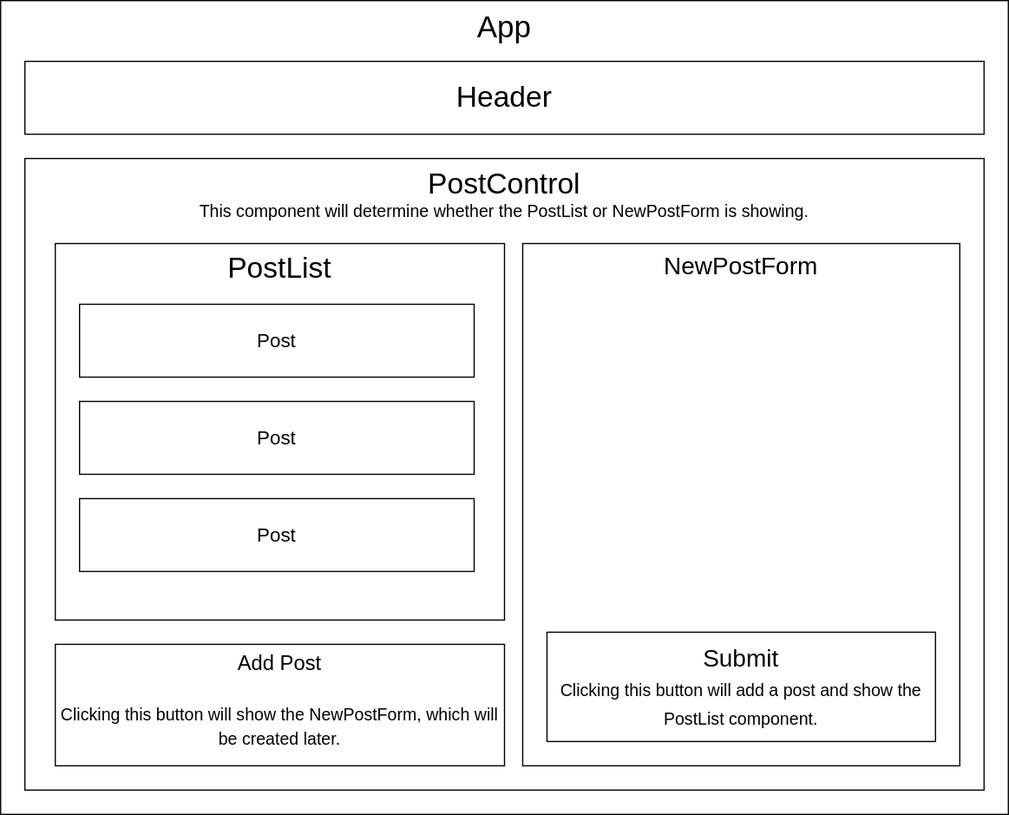
Before: Forum_Diagram.drawio.svg, a diagram exported from draw.io (besure94/discussion-forum). Source tidied: cells renumbered, new cells last; positions are measured from the earlier drawing's top-left corner, leaving out a move shared by most shapes.
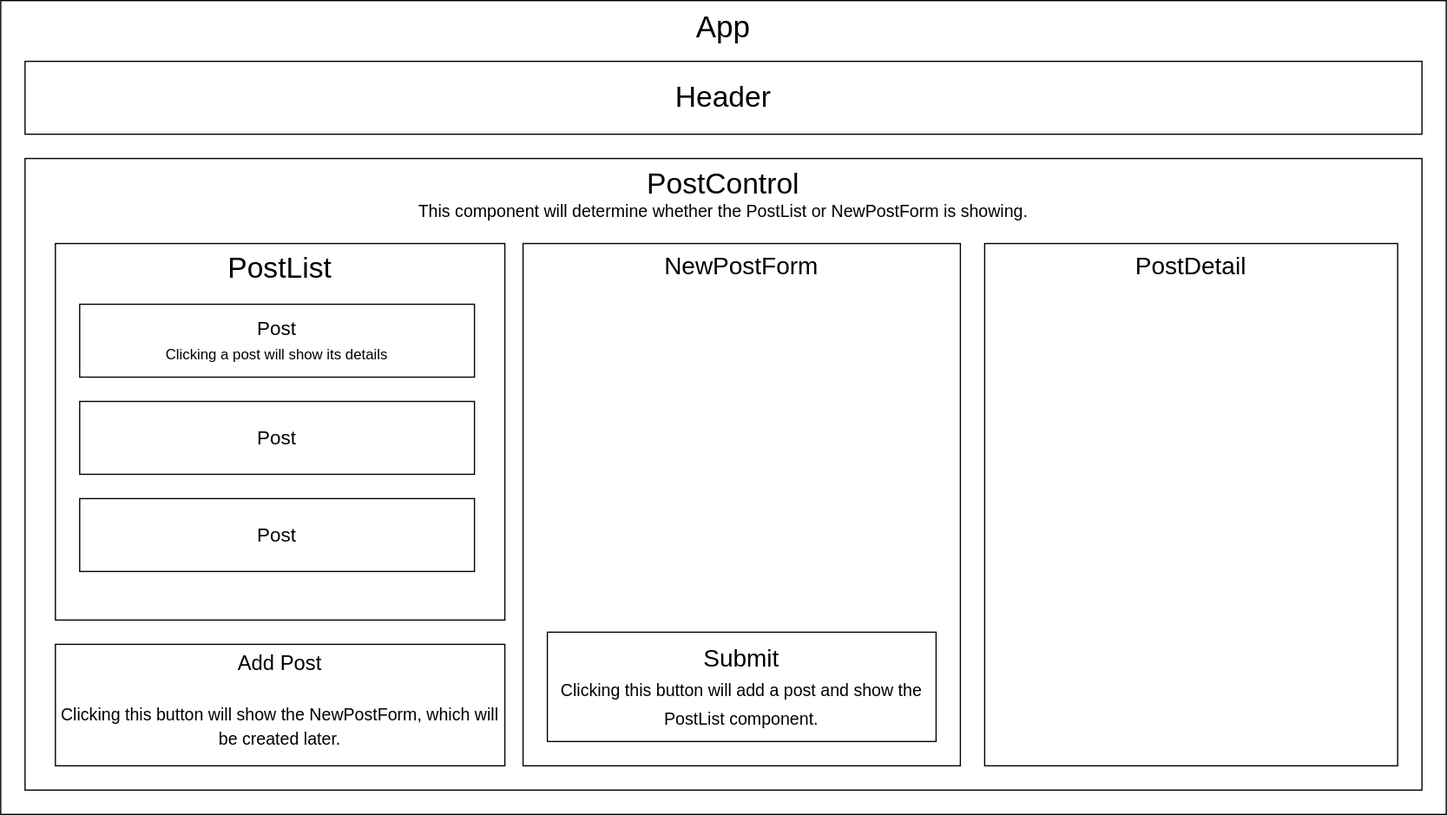
The same file after the commit.

Commit message:
Update diagram to include PostDetail component.

What changed in the source:
```diff
@@ -3,16 +3,16 @@
     <mxCell id="0" />
     <mxCell id="1" parent="0" />
     <mxCell id="2" value="&lt;font style=&quot;font-size: 25px;&quot;&gt;App&lt;/font&gt;" style="rounded=0;whiteSpace=wrap;html=1;verticalAlign=top;" parent="1" vertex="1">
-      <mxGeometry width="830" height="670" as="geometry" />
+      <mxGeometry width="1190" height="670" as="geometry" />
     </mxCell>
     <mxCell id="3" value="&lt;font style=&quot;font-size: 24px;&quot;&gt;Header&lt;/font&gt;" style="rounded=0;whiteSpace=wrap;html=1;" parent="1" vertex="1">
-      <mxGeometry x="20" y="50" width="790" height="60" as="geometry" />
+      <mxGeometry x="20" y="50" width="1150" height="60" as="geometry" />
     </mxCell>
     <mxCell id="4" value="Post&lt;br&gt;&lt;br&gt;&lt;font style=&quot;font-size: 14px;&quot;&gt;Click on a post to view details.&lt;/font&gt;" style="rounded=0;whiteSpace=wrap;html=1;fontSize=16;" parent="1" vertex="1">
       <mxGeometry x="40" y="150" width="330" height="60" as="geometry" />
     </mxCell>
     <mxCell id="5" value="&lt;font style=&quot;&quot;&gt;&lt;span style=&quot;font-size: 24px;&quot;&gt;PostControl&lt;/span&gt;&lt;br&gt;&lt;font style=&quot;font-size: 14px;&quot;&gt;This component will determine whether the PostList or NewPostForm is showing.&lt;/font&gt;&lt;br&gt;&lt;/font&gt;" style="rounded=0;whiteSpace=wrap;html=1;fontSize=14;verticalAlign=top;" parent="1" vertex="1">
-      <mxGeometry x="20" y="130" width="790" height="520" as="geometry" />
+      <mxGeometry x="20" y="130" width="1150" height="520" as="geometry" />
     </mxCell>
     <mxCell id="6" value="PostList" style="rounded=0;whiteSpace=wrap;html=1;fontSize=24;verticalAlign=top;" parent="1" vertex="1">
       <mxGeometry x="45" y="200" width="370" height="310" as="geometry" />
@@ -20,7 +20,7 @@
     <mxCell id="7" value="Add Post&lt;br&gt;&lt;br&gt;&lt;font style=&quot;font-size: 14px;&quot;&gt;Clicking this button will show the NewPostForm, which will be created later.&lt;/font&gt;" style="rounded=0;whiteSpace=wrap;html=1;fontSize=17;verticalAlign=top;" parent="1" vertex="1">
       <mxGeometry x="45" y="530" width="370" height="100" as="geometry" />
     </mxCell>
-    <mxCell id="8" value="Post" style="rounded=0;whiteSpace=wrap;html=1;fontSize=16;" parent="1" vertex="1">
+    <mxCell id="8" value="Post&lt;br&gt;&lt;font style=&quot;font-size: 12px;&quot;&gt;Clicking a post will show its details&lt;/font&gt;" style="rounded=0;whiteSpace=wrap;html=1;fontSize=16;" parent="1" vertex="1">
       <mxGeometry x="65" y="250" width="325" height="60" as="geometry" />
     </mxCell>
     <mxCell id="9" value="Post" style="rounded=0;whiteSpace=wrap;html=1;fontSize=16;" parent="1" vertex="1">
@@ -35,5 +35,8 @@
     <mxCell id="12" value="Submit&lt;br&gt;&lt;font style=&quot;font-size: 14px;&quot;&gt;Clicking this button will add a post and show the PostList component.&lt;/font&gt;" style="rounded=0;whiteSpace=wrap;html=1;fontSize=20;" parent="1" vertex="1">
       <mxGeometry x="450" y="520" width="320" height="90" as="geometry" />
     </mxCell>
+    <mxCell id="13" value="&lt;font style=&quot;font-size: 20px;&quot;&gt;PostDetail&lt;/font&gt;" style="rounded=0;whiteSpace=wrap;html=1;fontSize=16;verticalAlign=top;" parent="1" vertex="1">
+      <mxGeometry x="810" y="200" width="340" height="430" as="geometry" />
+    </mxCell>
   </root>
 </mxGraphModel>
```
